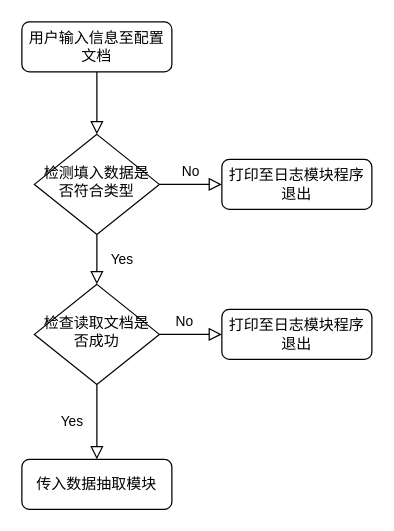
Above: 配置文件模块.drawio in bangyanli/story (draw.io), before the change. Source tidied: cells renumbered, new cells numbered last; positions are measured from the earlier drawing's top-left corner, leaving out a move shared by most shapes. Both pictures are drawn from the tidied source at 125%, with x=0, y=0 at pixel (21, 21).
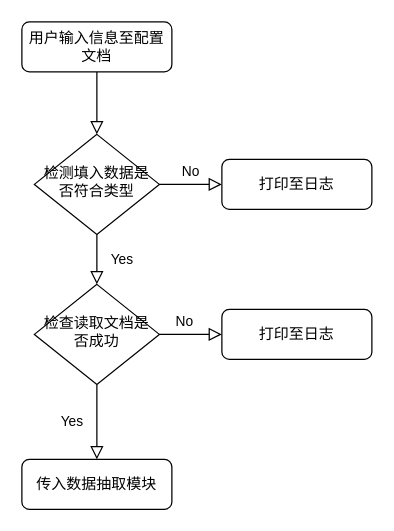
After the change.

Commit message:
Update 配置文件模块.drawio

What changed in the source:
```diff
@@
 <mxGraphModel>
   <root>
     <mxCell id="0" />
     <mxCell id="1" parent="0" />
     <mxCell id="2" style="rounded=0;html=1;jettySize=auto;fontSize=11;endArrow=block;endFill=0;endSize=8;strokeWidth=1;shadow=0;labelBackgroundColor=none;edgeStyle=orthogonalEdgeStyle;" parent="1" edge="1" source="3" target="6">
       <mxGeometry relative="1" as="geometry" />
     </mxCell>
     <mxCell id="3" value="用户输入信息至配置文档" style="rounded=1;whiteSpace=wrap;html=1;fontSize=12;glass=0;strokeWidth=1;shadow=0;" parent="1" vertex="1">
       <mxGeometry width="120" height="40" as="geometry" />
     </mxCell>
     <mxCell id="4" value="Yes" style="rounded=0;html=1;jettySize=auto;fontSize=11;endArrow=block;endFill=0;endSize=8;strokeWidth=1;shadow=0;labelBackgroundColor=none;edgeStyle=orthogonalEdgeStyle;" parent="1" edge="1" source="6" target="10">
       <mxGeometry y="20" relative="1" as="geometry" />
     </mxCell>
     <mxCell id="5" value="No" style="edgeStyle=orthogonalEdgeStyle;rounded=0;html=1;jettySize=auto;fontSize=11;endArrow=block;endFill=0;endSize=8;strokeWidth=1;shadow=0;labelBackgroundColor=none;" parent="1" edge="1" source="6" target="7">
       <mxGeometry y="10" relative="1" as="geometry" />
     </mxCell>
     <mxCell id="6" value="检测填入数据是否符合类型" style="rhombus;whiteSpace=wrap;html=1;shadow=0;fontFamily=Helvetica;fontSize=12;align=center;strokeWidth=1;spacing=6;spacingTop=-4;" parent="1" vertex="1">
       <mxGeometry x="10" y="90" width="100" height="80" as="geometry" />
     </mxCell>
-    <mxCell id="7" value="打印至日志模块程序退出" style="rounded=1;whiteSpace=wrap;html=1;fontSize=12;glass=0;strokeWidth=1;shadow=0;" parent="1" vertex="1">
+    <mxCell id="7" value="打印至日志" style="rounded=1;whiteSpace=wrap;html=1;fontSize=12;glass=0;strokeWidth=1;shadow=0;" parent="1" vertex="1">
       <mxGeometry x="160" y="110" width="120" height="40" as="geometry" />
     </mxCell>
     <mxCell id="8" value="Yes" style="rounded=0;html=1;jettySize=auto;fontSize=11;endArrow=block;endFill=0;endSize=8;strokeWidth=1;shadow=0;labelBackgroundColor=none;edgeStyle=orthogonalEdgeStyle;" parent="1" edge="1" source="10" target="11">
       <mxGeometry y="-20" relative="1" as="geometry" />
     </mxCell>
     <mxCell id="9" value="No" style="edgeStyle=orthogonalEdgeStyle;rounded=0;html=1;jettySize=auto;fontSize=11;endArrow=block;endFill=0;endSize=8;strokeWidth=1;shadow=0;labelBackgroundColor=none;" parent="1" edge="1" source="10" target="12">
       <mxGeometry x="-0.2" y="10" relative="1" as="geometry" />
     </mxCell>
     <mxCell id="10" value="检查读取文档是否成功" style="rhombus;whiteSpace=wrap;html=1;shadow=0;fontFamily=Helvetica;fontSize=12;align=center;strokeWidth=1;spacing=6;spacingTop=-4;" parent="1" vertex="1">
       <mxGeometry x="10" y="210" width="100" height="80" as="geometry" />
     </mxCell>
     <mxCell id="11" value="传入数据抽取模块" style="rounded=1;whiteSpace=wrap;html=1;fontSize=12;glass=0;strokeWidth=1;shadow=0;" parent="1" vertex="1">
       <mxGeometry y="350" width="120" height="40" as="geometry" />
     </mxCell>
-    <mxCell id="12" value="打印至日志模块程序退出" style="rounded=1;whiteSpace=wrap;html=1;fontSize=12;glass=0;strokeWidth=1;shadow=0;" parent="1" vertex="1">
+    <mxCell id="12" value="打印至日志" style="rounded=1;whiteSpace=wrap;html=1;fontSize=12;glass=0;strokeWidth=1;shadow=0;" parent="1" vertex="1">
       <mxGeometry x="160" y="230" width="120" height="40" as="geometry" />
     </mxCell>
   </root>
 </mxGraphModel>
```
